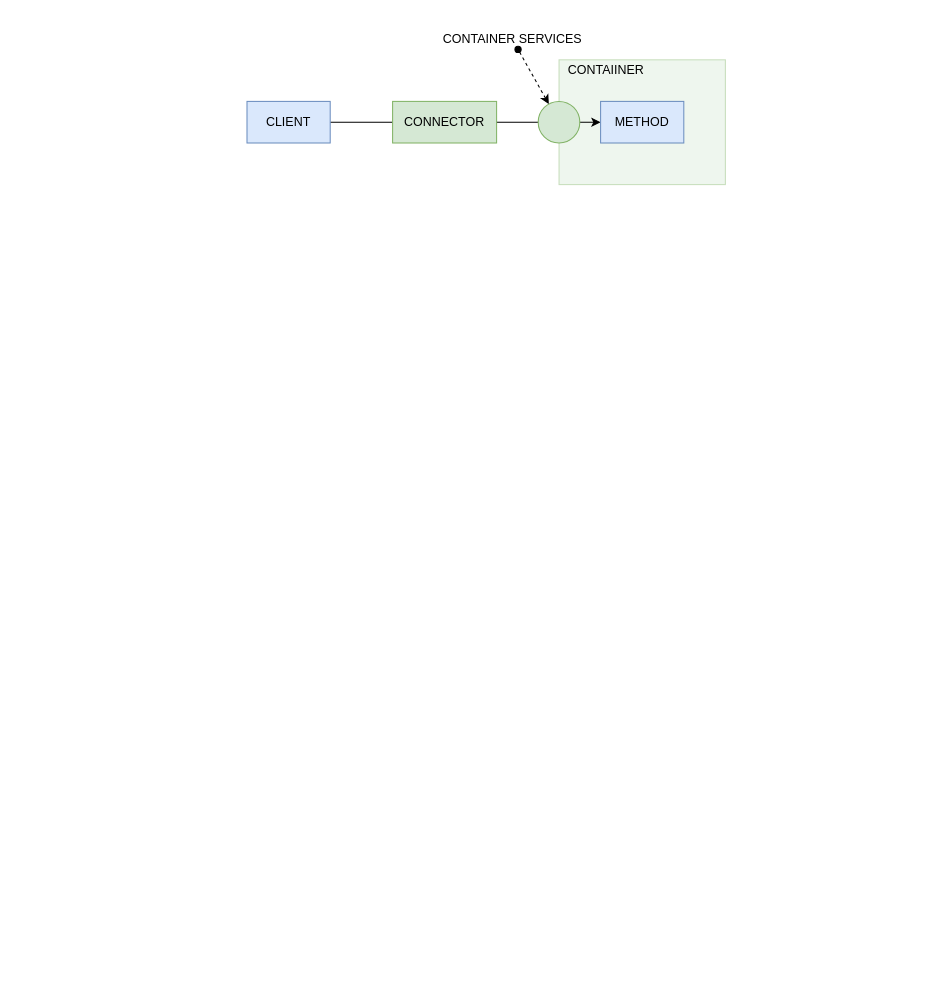
The draw.io diagram page "Container Services" (1 of 7) of docs/container.drawio in js-lib-com/tiny-container, before the edit. Source tidied: cells renumbered, new cells numbered last; positions are measured from the earlier drawing's top-left corner, leaving out a move shared by most shapes. Both pictures are drawn from the tidied source at 104%, with x=0, y=0 at pixel (246, 28).
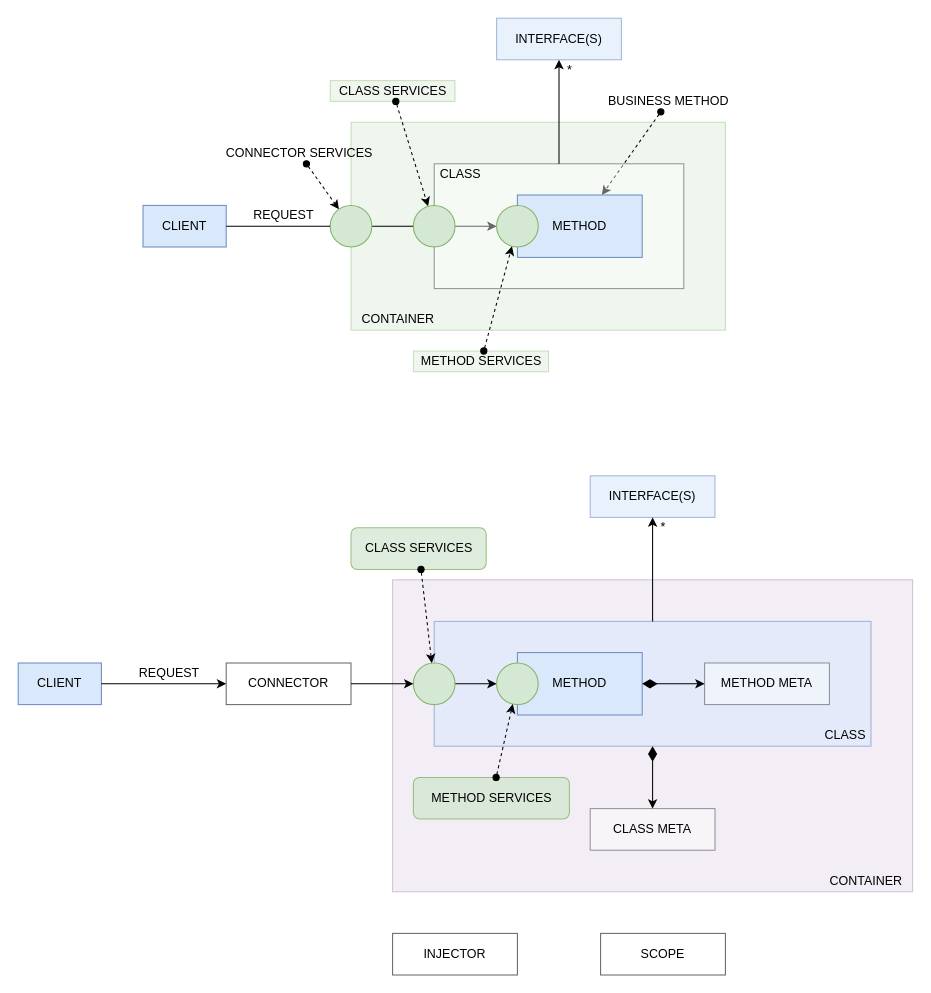
The same diagram, later.

Diff of the diagram source:
```diff
@@
     <mxCell id="2" style="rounded=0;whiteSpace=wrap;html=1;fillColor=#d5e8d4;strokeColor=#82b366;opacity=40;" parent="1" vertex="1">
-      <mxGeometry x="300" y="30" width="160" height="120" as="geometry" />
+      <mxGeometry x="100" y="90" width="360" height="200" as="geometry" />
     </mxCell>
-    <mxCell id="3" style="edgeStyle=orthogonalEdgeStyle;rounded=0;jettySize=auto;html=1;exitX=1;exitY=0.5;exitDx=0;exitDy=0;entryX=0;entryY=0.5;entryDx=0;entryDy=0;" parent="1" edge="1" source="4" target="5">
+    <mxCell id="3" style="edgeStyle=orthogonalEdgeStyle;rounded=0;jettySize=auto;html=1;exitX=1;exitY=0.5;exitDx=0;exitDy=0;entryX=0;entryY=0.5;entryDx=0;entryDy=0;startArrow=none;" parent="1" edge="1" source="22" target="7">
       <mxGeometry relative="1" as="geometry" />
     </mxCell>
     <mxCell id="4" value="CLIENT" style="rounded=0;whiteSpace=wrap;html=1;fillColor=#dae8fc;strokeColor=#6c8ebf;" parent="1" vertex="1">
-      <mxGeometry y="70" width="80" height="40" as="geometry" />
+      <mxGeometry x="-100" y="170" width="80" height="40" as="geometry" />
     </mxCell>
+    <mxCell id="6" value="CONTAINER" style="text;html=1;align=center;verticalAlign=middle;strokeColor=none;fillColor=none;" parent="1" vertex="1">
+      <mxGeometry x="100" y="270" width="90" height="20" as="geometry" />
+    </mxCell>
+    <mxCell id="8" value="METHOD SERVICES" style="text;html=1;align=center;verticalAlign=middle;points=[];strokeColor=#82b366;fillColor=#d5e8d4;opacity=40;" parent="1" vertex="1">
+      <mxGeometry x="160" y="310" width="130" height="20" as="geometry" />
+    </mxCell>
+    <mxCell id="11" value="BUSINESS METHOD" style="text;html=1;align=center;verticalAlign=middle;points=[];strokeColor=none;fillColor=none;" parent="1" vertex="1">
+      <mxGeometry x="340" y="60" width="130" height="20" as="geometry" />
+    </mxCell>
+    <mxCell id="12" style="endArrow=classic;dashed=1;html=1;startArrow=oval;startFill=1;endFill=1;" parent="1" edge="1" source="11" target="5">
+      <mxGeometry relative="1" as="geometry" />
+    </mxCell>
+    <mxCell id="13" style="rounded=0;whiteSpace=wrap;html=1;opacity=40;" parent="1" vertex="1">
+      <mxGeometry x="180" y="130" width="240" height="120" as="geometry" />
+    </mxCell>
     <mxCell id="5" value="METHOD" style="rounded=0;whiteSpace=wrap;html=1;fillColor=#dae8fc;strokeColor=#6c8ebf;" parent="1" vertex="1">
-      <mxGeometry x="340" y="70" width="80" height="40" as="geometry" />
+      <mxGeometry x="260" y="160" width="120" height="60" as="geometry" />
     </mxCell>
-    <mxCell id="6" value="CONTAIINER" style="text;html=1;align=center;verticalAlign=middle;strokeColor=none;fillColor=none;" parent="1" vertex="1">
-      <mxGeometry x="300" y="30" width="90" height="20" as="geometry" />
-    </mxCell>
+    <mxCell id="14" value="CLASS" style="text;html=1;align=center;verticalAlign=middle;strokeColor=none;fillColor=none;" parent="1" vertex="1">
+      <mxGeometry x="180" y="130" width="50" height="20" as="geometry" />
+    </mxCell>
+    <mxCell id="15" style="ellipse;whiteSpace=wrap;html=1;fillColor=#d5e8d4;strokeColor=#82b366;" parent="1" vertex="1">
+      <mxGeometry x="160" y="170" width="40" height="40" as="geometry" />
+    </mxCell>
+    <mxCell id="16" value="CLASS SERVICES" style="text;html=1;align=center;verticalAlign=middle;points=[];strokeColor=#82b366;fillColor=#d5e8d4;opacity=40;" parent="1" vertex="1">
+      <mxGeometry x="80" y="50" width="120" height="20" as="geometry" />
+    </mxCell>
+    <mxCell id="17" value="CONNECTOR SERVICES" style="text;html=1;align=center;verticalAlign=middle;points=[];strokeColor=none;fillColor=none;" parent="1" vertex="1">
+      <mxGeometry x="-30" y="110" width="160" height="20" as="geometry" />
+    </mxCell>
+    <mxCell id="18" style="endArrow=classic;dashed=1;html=1;startArrow=oval;startFill=1;endFill=1;" parent="1" edge="1" source="17" target="22">
+      <mxGeometry relative="1" as="geometry" />
+    </mxCell>
     <mxCell id="7" style="ellipse;whiteSpace=wrap;html=1;fillColor=#d5e8d4;strokeColor=#82b366;" parent="1" vertex="1">
-      <mxGeometry x="280" y="70" width="40" height="40" as="geometry" />
+      <mxGeometry x="240" y="170" width="40" height="40" as="geometry" />
     </mxCell>
-    <mxCell id="8" value="CONTAINER SERVICES" style="text;html=1;align=center;verticalAlign=middle;points=[];strokeColor=none;fillColor=none;" parent="1" vertex="1">
-      <mxGeometry x="180" width="150" height="20" as="geometry" />
-    </mxCell>
+    <mxCell id="19" value="INTERFACE(S)" style="rounded=0;whiteSpace=wrap;html=1;fillColor=#dae8fc;strokeColor=#6c8ebf;opacity=60;" parent="1" vertex="1">
+      <mxGeometry x="240" y="-10" width="120" height="40" as="geometry" />
+    </mxCell>
+    <mxCell id="20" style="endArrow=classic;html=1;" parent="1" edge="1" source="13" target="19">
+      <mxGeometry relative="1" as="geometry" />
+    </mxCell>
+    <mxCell id="21" value="REQUEST" style="text;html=1;align=center;verticalAlign=middle;strokeColor=none;fillColor=none;" parent="1" vertex="1">
+      <mxGeometry y="170" width="70" height="20" as="geometry" />
+    </mxCell>
+    <mxCell id="22" style="ellipse;whiteSpace=wrap;html=1;fillColor=#d5e8d4;strokeColor=#82b366;" parent="1" vertex="1">
+      <mxGeometry x="80" y="170" width="40" height="40" as="geometry" />
+    </mxCell>
+    <mxCell id="23" style="edgeStyle=orthogonalEdgeStyle;rounded=0;jettySize=auto;html=1;exitX=1;exitY=0.5;exitDx=0;exitDy=0;entryX=0;entryY=0.5;entryDx=0;entryDy=0;endArrow=none;" parent="1" edge="1" source="4" target="22">
+      <mxGeometry relative="1" as="geometry" />
+    </mxCell>
+    <mxCell id="24" style="endArrow=classic;dashed=1;html=1;startArrow=oval;startFill=1;endFill=1;" parent="1" edge="1" source="16" target="15">
+      <mxGeometry relative="1" as="geometry" />
+    </mxCell>
+    <mxCell id="25" value="*" style="text;html=1;align=center;verticalAlign=middle;strokeColor=none;fillColor=none;" parent="1" vertex="1">
+      <mxGeometry x="300" y="30" width="20" height="20" as="geometry" />
+    </mxCell>
@@
+    <mxCell id="26" style="rounded=0;whiteSpace=wrap;html=1;fillColor=#e1d5e7;strokeColor=#9673a6;opacity=40;" parent="1" vertex="1">
+      <mxGeometry x="140" y="530" width="500" height="300" as="geometry" />
+    </mxCell>
+    <mxCell id="27" value="CLIENT" style="rounded=0;whiteSpace=wrap;html=1;fillColor=#dae8fc;strokeColor=#6c8ebf;" parent="1" vertex="1">
+      <mxGeometry x="-220" y="610" width="80" height="40" as="geometry" />
+    </mxCell>
+    <mxCell id="28" value="CONTAINER" style="text;html=1;align=center;verticalAlign=middle;strokeColor=none;fillColor=none;" parent="1" vertex="1">
+      <mxGeometry x="550" y="810" width="90" height="20" as="geometry" />
+    </mxCell>
+    <mxCell id="29" value="METHOD SERVICES" style="text;html=1;align=center;verticalAlign=middle;points=[];strokeColor=#82b366;fillColor=#d5e8d4;spacingTop=0;spacing=8;rounded=1;opacity=80;" parent="1" vertex="1">
+      <mxGeometry x="160" y="720" width="150" height="40" as="geometry" />
+    </mxCell>
+    <mxCell id="30" style="rounded=0;whiteSpace=wrap;html=1;opacity=60;fillColor=#dae8fc;strokeColor=#6c8ebf;" parent="1" vertex="1">
+      <mxGeometry x="180" y="570" width="420" height="120" as="geometry" />
+    </mxCell>
+    <mxCell id="31" value="METHOD" style="rounded=0;whiteSpace=wrap;html=1;fillColor=#dae8fc;strokeColor=#6c8ebf;" parent="1" vertex="1">
+      <mxGeometry x="260" y="600" width="120" height="60" as="geometry" />
+    </mxCell>
+    <mxCell id="32" value="CLASS" style="text;html=1;align=center;verticalAlign=middle;strokeColor=none;fillColor=none;" parent="1" vertex="1">
+      <mxGeometry x="550" y="670" width="50" height="20" as="geometry" />
+    </mxCell>
+    <mxCell id="33" style="edgeStyle=none;rounded=0;jettySize=auto;html=1;startArrow=none;startFill=0;startSize=12;" parent="1" edge="1" source="34" target="36">
+      <mxGeometry relative="1" as="geometry" />
+    </mxCell>
+    <mxCell id="34" style="ellipse;whiteSpace=wrap;html=1;fillColor=#d5e8d4;strokeColor=#82b366;" parent="1" vertex="1">
+      <mxGeometry x="160" y="610" width="40" height="40" as="geometry" />
+    </mxCell>
+    <mxCell id="35" value="CLASS SERVICES" style="text;html=1;align=center;verticalAlign=middle;points=[];strokeColor=#82b366;fillColor=#d5e8d4;rounded=1;spacing=8;opacity=80;" parent="1" vertex="1">
+      <mxGeometry x="100" y="480" width="130" height="40" as="geometry" />
+    </mxCell>
+    <mxCell id="36" style="ellipse;whiteSpace=wrap;html=1;fillColor=#d5e8d4;strokeColor=#82b366;" parent="1" vertex="1">
+      <mxGeometry x="240" y="610" width="40" height="40" as="geometry" />
+    </mxCell>
+    <mxCell id="37" value="INTERFACE(S)" style="rounded=0;whiteSpace=wrap;html=1;fillColor=#dae8fc;strokeColor=#6c8ebf;opacity=60;" parent="1" vertex="1">
+      <mxGeometry x="330" y="430" width="120" height="40" as="geometry" />
+    </mxCell>
+    <mxCell id="38" style="endArrow=classic;html=1;" parent="1" edge="1" source="30" target="37">
+      <mxGeometry relative="1" as="geometry" />
+    </mxCell>
+    <mxCell id="39" value="REQUEST" style="text;html=1;align=center;verticalAlign=middle;strokeColor=none;fillColor=none;" parent="1" vertex="1">
+      <mxGeometry x="-110" y="610" width="70" height="20" as="geometry" />
+    </mxCell>
+    <mxCell id="40" style="edgeStyle=orthogonalEdgeStyle;rounded=0;jettySize=auto;html=1;exitX=1;exitY=0.5;exitDx=0;exitDy=0;endArrow=classic;endFill=1;" parent="1" edge="1" source="27" target="10">
+      <mxGeometry relative="1" as="geometry" />
+    </mxCell>
+    <mxCell id="41" style="endArrow=classic;dashed=1;html=1;startArrow=oval;startFill=1;endFill=1;" parent="1" edge="1" source="35" target="34">
+      <mxGeometry relative="1" as="geometry" />
+    </mxCell>
+    <mxCell id="42" value="*" style="text;html=1;align=center;verticalAlign=middle;strokeColor=none;fillColor=none;" parent="1" vertex="1">
+      <mxGeometry x="390" y="470" width="20" height="20" as="geometry" />
+    </mxCell>
+    <mxCell id="43" style="endArrow=classic;dashed=1;html=1;startArrow=oval;startFill=1;endFill=1;" parent="1" edge="1" source="29" target="36">
+      <mxGeometry relative="1" as="geometry" />
+    </mxCell>
+    <mxCell id="44" value="METHOD META" style="rounded=0;whiteSpace=wrap;html=1;opacity=40;" parent="1" vertex="1">
+      <mxGeometry x="440" y="610" width="120" height="40" as="geometry" />
+    </mxCell>
+    <mxCell id="45" value="CLASS META" style="rounded=0;whiteSpace=wrap;html=1;opacity=40;" parent="1" vertex="1">
+      <mxGeometry x="330" y="750" width="120" height="40" as="geometry" />
+    </mxCell>
+    <mxCell id="46" style="endArrow=classic;html=1;startArrow=diamondThin;startFill=1;startSize=12;" parent="1" edge="1" source="30" target="45">
+      <mxGeometry relative="1" as="geometry" />
+    </mxCell>
+    <mxCell id="47" style="endArrow=classic;html=1;startArrow=diamondThin;startFill=1;startSize=12;" parent="1" edge="1" source="31" target="44">
+      <mxGeometry relative="1" as="geometry" />
+    </mxCell>
+    <mxCell id="48" value="INJECTOR" style="rounded=0;whiteSpace=wrap;html=1;verticalAlign=middle;opacity=60;" parent="1" vertex="1">
+      <mxGeometry x="140" y="870" width="120" height="40" as="geometry" />
+    </mxCell>
+    <mxCell id="49" value="SCOPE" style="rounded=0;whiteSpace=wrap;html=1;verticalAlign=middle;opacity=60;" parent="1" vertex="1">
+      <mxGeometry x="340" y="870" width="120" height="40" as="geometry" />
+    </mxCell>
+    <mxCell id="50" style="edgeStyle=none;rounded=0;jettySize=auto;html=1;startArrow=none;startFill=0;startSize=12;" parent="1" edge="1" source="10" target="34">
+      <mxGeometry relative="1" as="geometry" />
+    </mxCell>
-    <mxCell id="10" value="CONNECTOR" style="rounded=0;whiteSpace=wrap;html=1;fillColor=#d5e8d4;strokeColor=#82b366;" parent="1" vertex="1">
-      <mxGeometry x="140" y="70" width="100" height="40" as="geometry" />
+    <mxCell id="10" value="CONNECTOR" style="rounded=0;whiteSpace=wrap;html=1;verticalAlign=middle;opacity=60;" parent="1" vertex="1">
+      <mxGeometry x="-20" y="610" width="120" height="40" as="geometry" />
     </mxCell>
```
